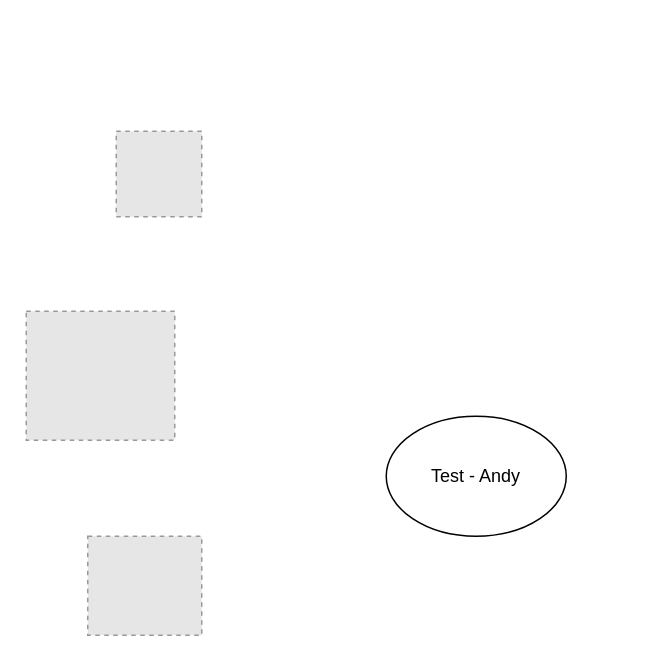
This is src/Untitled Diagram.drawio from cisagov/pe-reports, a draw.io file, before an edit. Source tidied: cells renumbered, new cells numbered last; positions are measured from the earlier drawing's top-left corner, leaving out a move shared by most shapes. Both pictures are drawn from the tidied source at 150%, with x=0, y=0 at pixel (26, 130). Pictures stored in the file or linked from it are replaced by grey dashed boxes.
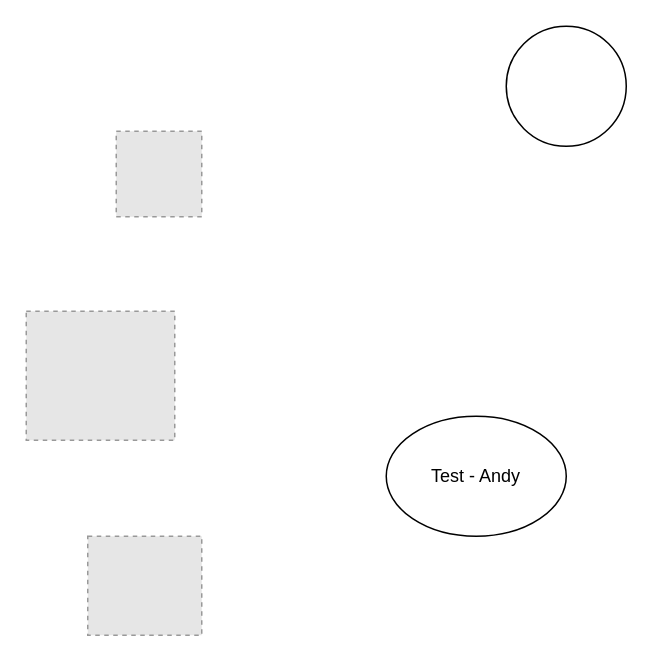
The same page after the edit.

Diff of the diagram source:
```diff
@@
 <mxGraphModel>
   <root>
     <mxCell id="0" />
     <mxCell id="1" parent="0" />
     <mxCell id="2" value="Test - Andy" style="ellipse;whiteSpace=wrap;html=1;" parent="1" vertex="1">
       <mxGeometry x="240" y="190" width="120" height="80" as="geometry" />
     </mxCell>
     <mxCell id="3" style="fillColor=#E6E6E6;strokeColor=#999999;dashed=1;verticalLabelPosition=bottom;labelBackgroundColor=#ffffff;verticalAlign=top;" parent="1" vertex="1">
       <mxGeometry x="60" width="57" height="57" as="geometry" />
     </mxCell>
     <mxCell id="4" style="fillColor=#E6E6E6;strokeColor=#999999;dashed=1;verticalLabelPosition=bottom;labelBackgroundColor=#ffffff;verticalAlign=top;" parent="1" vertex="1">
       <mxGeometry x="41" y="270" width="76" height="66" as="geometry" />
     </mxCell>
     <mxCell id="5" style="fillColor=#E6E6E6;strokeColor=#999999;dashed=1;verticalLabelPosition=bottom;labelBackgroundColor=#ffffff;verticalAlign=top;" parent="1" vertex="1">
       <mxGeometry y="120" width="99" height="86" as="geometry" />
     </mxCell>
+    <mxCell id="6" style="ellipse;whiteSpace=wrap;html=1;" parent="1" vertex="1">
+      <mxGeometry x="320" y="-70" width="80" height="80" as="geometry" />
+    </mxCell>
   </root>
 </mxGraphModel>
```
